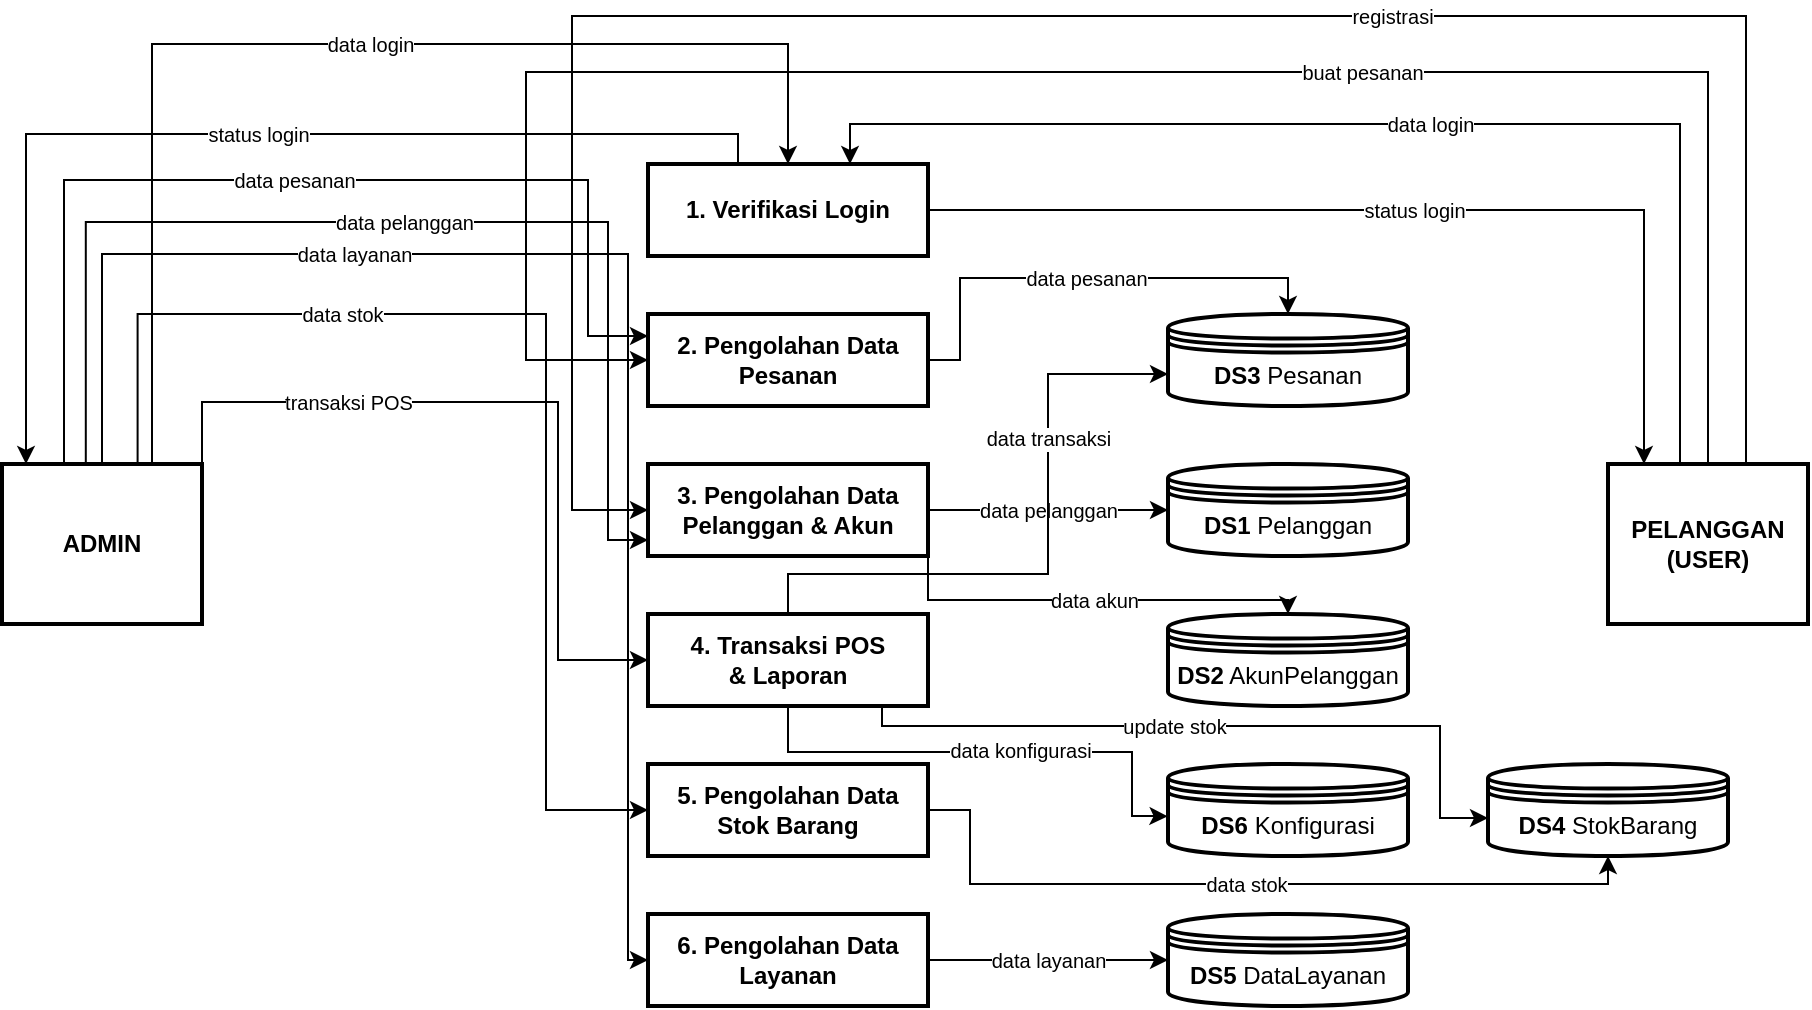
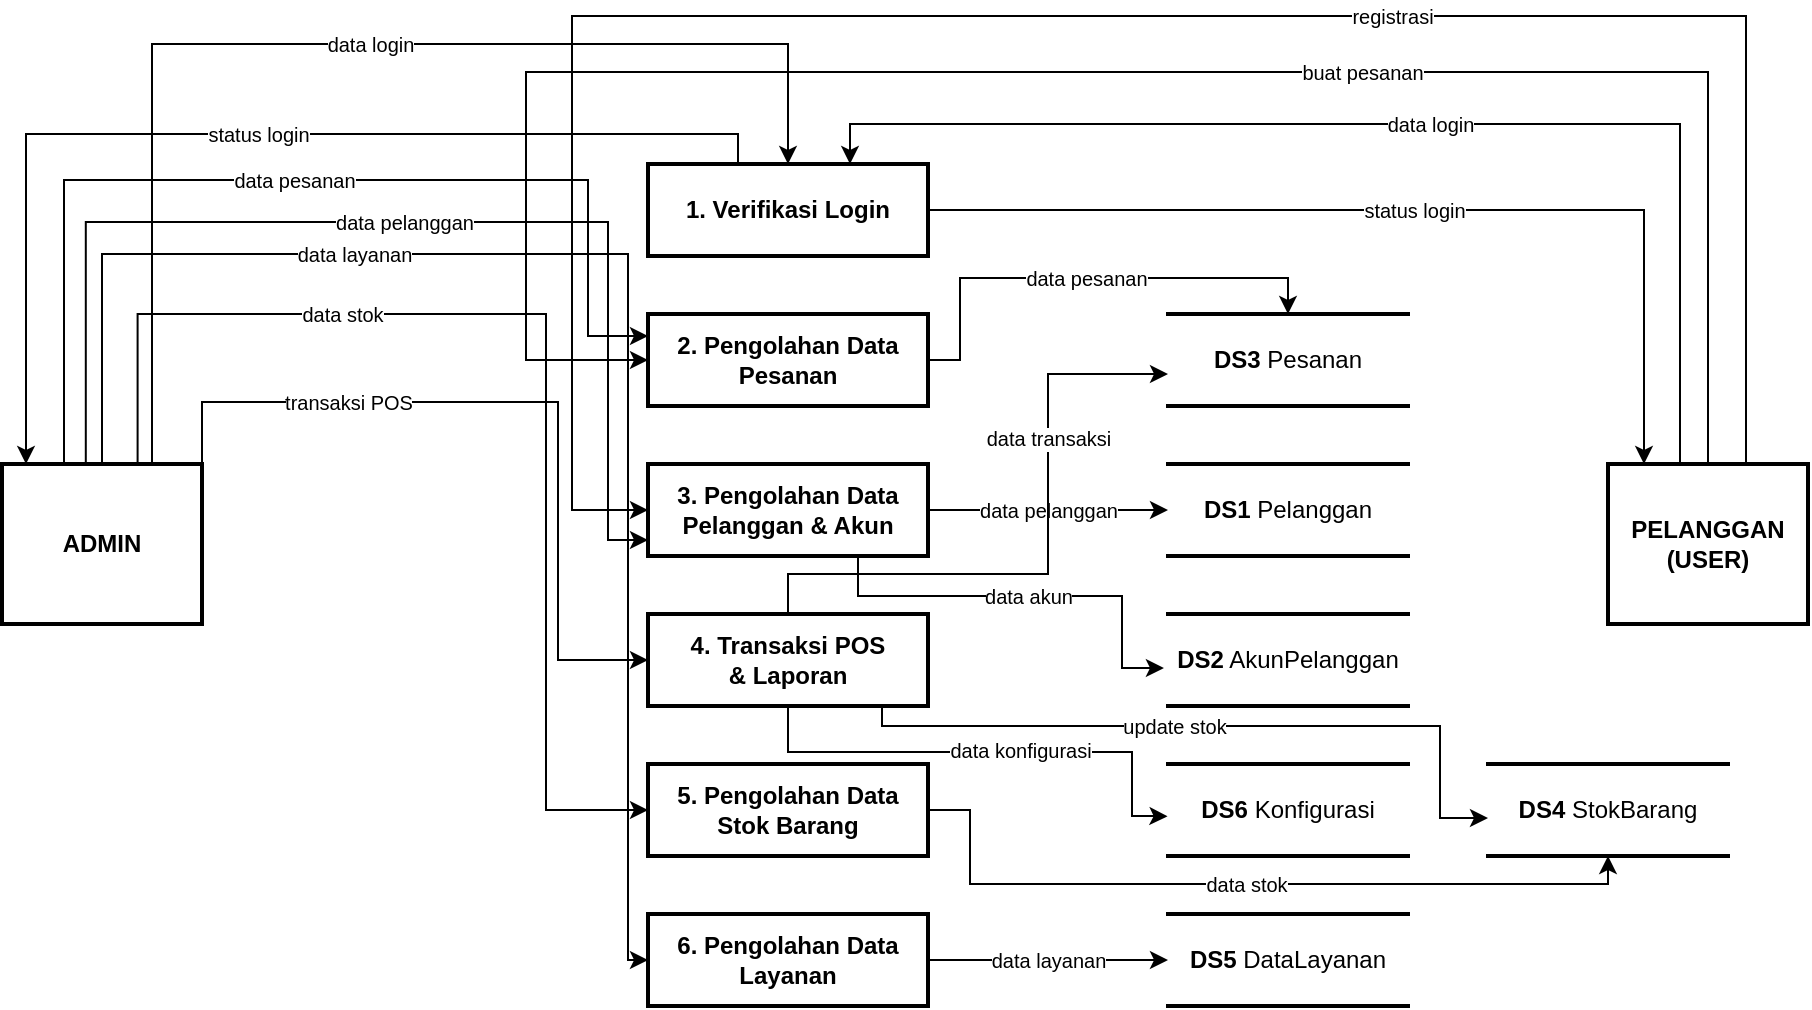
<mxfile host="app.diagrams.net">
-   <diagram name="Halaman-1" id="fM0UbCrLWW6ai1Zt90ex">
-     <mxGraphModel dx="1030" dy="1008" grid="0" gridSize="10" guides="1" tooltips="1" connect="1" arrows="1" fold="1" page="0" pageScale="1" pageWidth="1169" pageHeight="1169" math="0" shadow="0">
+   <diagram name="Halaman-1" id="fM0UbCrLWW6ai1Zt90ew">
+     <mxGraphModel>
      <root>
        <mxCell id="0" />
        <mxCell id="1" parent="0" />
        <mxCell id="2" parent="1" style="rounded=0;whiteSpace=wrap;html=1;fillColor=#FFFFFF;strokeColor=#000000;fontColor=#000000;strokeWidth=2;" value="&lt;b&gt;ADMIN&lt;/b&gt;" vertex="1">
-           <mxGeometry height="80" width="100" x="-95" y="367" as="geometry" />
+           <mxGeometry height="80" width="100" x="250" y="534" as="geometry" />
        </mxCell>
        <mxCell id="3" parent="1" style="rounded=0;whiteSpace=wrap;html=1;fillColor=#FFFFFF;strokeColor=#000000;fontColor=#000000;strokeWidth=2;" value="&lt;b&gt;1. Verifikasi Login&lt;/b&gt;" vertex="1">
-           <mxGeometry height="46" width="140" x="228" y="217" as="geometry" />
+           <mxGeometry height="46" width="140" x="573" y="384" as="geometry" />
        </mxCell>
        <mxCell id="4" parent="1" style="rounded=0;whiteSpace=wrap;html=1;fillColor=#FFFFFF;strokeColor=#000000;fontColor=#000000;strokeWidth=2;" value="&lt;b&gt;2. Pengolahan Data Pesanan&lt;/b&gt;" vertex="1">
-           <mxGeometry height="46" width="140" x="228" y="292" as="geometry" />
+           <mxGeometry height="46" width="140" x="573" y="459" as="geometry" />
        </mxCell>
        <mxCell id="5" parent="1" style="rounded=0;whiteSpace=wrap;html=1;fillColor=#FFFFFF;strokeColor=#000000;fontColor=#000000;strokeWidth=2;" value="&lt;b&gt;3. Pengolahan Data&lt;br&gt;Pelanggan &amp;amp; Akun&lt;/b&gt;" vertex="1">
-           <mxGeometry height="46" width="140" x="228" y="367" as="geometry" />
+           <mxGeometry height="46" width="140" x="573" y="534" as="geometry" />
        </mxCell>
        <mxCell id="6" parent="1" style="rounded=0;whiteSpace=wrap;html=1;fillColor=#FFFFFF;strokeColor=#000000;fontColor=#000000;strokeWidth=2;" value="&lt;b&gt;4. Transaksi POS&lt;br&gt;&amp;amp; Laporan&lt;/b&gt;" vertex="1">
-           <mxGeometry height="46" width="140" x="228" y="442" as="geometry" />
+           <mxGeometry height="46" width="140" x="573" y="609" as="geometry" />
        </mxCell>
        <mxCell id="7" parent="1" style="rounded=0;whiteSpace=wrap;html=1;fillColor=#FFFFFF;strokeColor=#000000;fontColor=#000000;strokeWidth=2;" value="&lt;b&gt;5. Pengolahan Data Stok Barang&lt;/b&gt;" vertex="1">
-           <mxGeometry height="46" width="140" x="228" y="517" as="geometry" />
+           <mxGeometry height="46" width="140" x="573" y="684" as="geometry" />
        </mxCell>
        <mxCell id="8" parent="1" style="rounded=0;whiteSpace=wrap;html=1;fillColor=#FFFFFF;strokeColor=#000000;fontColor=#000000;strokeWidth=2;" value="&lt;b&gt;6. Pengolahan Data Layanan&lt;/b&gt;" vertex="1">
-           <mxGeometry height="46" width="140" x="228" y="592" as="geometry" />
-         </mxCell>
-         <mxCell id="9" parent="1" style="shape=datastore;whiteSpace=wrap;html=1;fillColor=#FFFFFF;strokeColor=#000000;fontColor=#000000;strokeWidth=2;" value="&lt;b&gt;DS3&lt;/b&gt; Pesanan" vertex="1">
-           <mxGeometry height="46" width="120" x="488" y="292" as="geometry" />
-         </mxCell>
-         <mxCell id="10" parent="1" style="shape=datastore;whiteSpace=wrap;html=1;fillColor=#FFFFFF;strokeColor=#000000;fontColor=#000000;strokeWidth=2;" value="&lt;b&gt;DS1&lt;/b&gt; Pelanggan" vertex="1">
-           <mxGeometry height="46" width="120" x="488" y="367" as="geometry" />
-         </mxCell>
-         <mxCell id="11" parent="1" style="shape=datastore;whiteSpace=wrap;html=1;fillColor=#FFFFFF;strokeColor=#000000;fontColor=#000000;strokeWidth=2;" value="&lt;b&gt;DS2&lt;/b&gt; AkunPelanggan" vertex="1">
-           <mxGeometry height="46" width="120" x="488" y="442" as="geometry" />
-         </mxCell>
-         <mxCell id="12" parent="1" style="shape=datastore;whiteSpace=wrap;html=1;fillColor=#FFFFFF;strokeColor=#000000;fontColor=#000000;strokeWidth=2;" value="&lt;b&gt;DS6&lt;/b&gt; Konfigurasi" vertex="1">
-           <mxGeometry height="46" width="120" x="488" y="517" as="geometry" />
-         </mxCell>
-         <mxCell id="13" parent="1" style="shape=datastore;whiteSpace=wrap;html=1;fillColor=#FFFFFF;strokeColor=#000000;fontColor=#000000;strokeWidth=2;" value="&lt;b&gt;DS5&lt;/b&gt; DataLayanan" vertex="1">
-           <mxGeometry height="46" width="120" x="488" y="592" as="geometry" />
-         </mxCell>
-         <mxCell id="14" parent="1" style="shape=datastore;whiteSpace=wrap;html=1;fillColor=#FFFFFF;strokeColor=#000000;fontColor=#000000;strokeWidth=2;" value="&lt;b&gt;DS4&lt;/b&gt; StokBarang" vertex="1">
-           <mxGeometry height="46" width="120" x="648" y="517" as="geometry" />
+           <mxGeometry height="46" width="140" x="573" y="759" as="geometry" />
+         </mxCell>
+         <mxCell id="9" parent="1" style="shape=partialRectangle;right=0;left=0;whiteSpace=wrap;html=1;fillColor=#FFFFFF;strokeColor=#000000;fontColor=#000000;strokeWidth=2;" value="&lt;b&gt;DS3&lt;/b&gt; Pesanan" vertex="1">
+           <mxGeometry height="46" width="120" x="833" y="459" as="geometry" />
+         </mxCell>
+         <mxCell id="10" parent="1" style="shape=partialRectangle;right=0;left=0;whiteSpace=wrap;html=1;fillColor=#FFFFFF;strokeColor=#000000;fontColor=#000000;strokeWidth=2;" value="&lt;b&gt;DS1&lt;/b&gt; Pelanggan" vertex="1">
+           <mxGeometry height="46" width="120" x="833" y="534" as="geometry" />
+         </mxCell>
+         <mxCell id="11" parent="1" style="shape=partialRectangle;right=0;left=0;whiteSpace=wrap;html=1;fillColor=#FFFFFF;strokeColor=#000000;fontColor=#000000;strokeWidth=2;" value="&lt;b&gt;DS2&lt;/b&gt; AkunPelanggan" vertex="1">
+           <mxGeometry height="46" width="120" x="833" y="609" as="geometry" />
+         </mxCell>
+         <mxCell id="12" parent="1" style="shape=partialRectangle;right=0;left=0;whiteSpace=wrap;html=1;fillColor=#FFFFFF;strokeColor=#000000;fontColor=#000000;strokeWidth=2;" value="&lt;b&gt;DS6&lt;/b&gt; Konfigurasi" vertex="1">
+           <mxGeometry height="46" width="120" x="833" y="684" as="geometry" />
+         </mxCell>
+         <mxCell id="13" parent="1" style="shape=partialRectangle;right=0;left=0;whiteSpace=wrap;html=1;fillColor=#FFFFFF;strokeColor=#000000;fontColor=#000000;strokeWidth=2;" value="&lt;b&gt;DS5&lt;/b&gt; DataLayanan" vertex="1">
+           <mxGeometry height="46" width="120" x="833" y="759" as="geometry" />
+         </mxCell>
+         <mxCell id="14" parent="1" style="shape=partialRectangle;right=0;left=0;whiteSpace=wrap;html=1;fillColor=#FFFFFF;strokeColor=#000000;fontColor=#000000;strokeWidth=2;" value="&lt;b&gt;DS4&lt;/b&gt; StokBarang" vertex="1">
+           <mxGeometry height="46" width="120" x="993" y="684" as="geometry" />
        </mxCell>
        <mxCell id="15" parent="1" style="rounded=0;whiteSpace=wrap;html=1;fillColor=#FFFFFF;strokeColor=#000000;fontColor=#000000;strokeWidth=2;" value="&lt;b&gt;PELANGGAN&lt;br&gt;(USER)&lt;/b&gt;" vertex="1">
-           <mxGeometry height="80" width="100" x="708" y="367" as="geometry" />
+           <mxGeometry height="80" width="100" x="1053" y="534" as="geometry" />
        </mxCell>
        <mxCell id="16" edge="1" parent="1" source="2" style="html=1;fontColor=#000000;strokeColor=#000000;fontSize=10;exitX=0.75;exitY=0;edgeStyle=orthogonalEdgeStyle;curved=0;exitDx=0;exitDy=0;rounded=0;" target="3" value="data login">
          <mxGeometry relative="1" x="0.0858" as="geometry">
            <mxPoint as="offset" />
            <Array as="points">
-               <mxPoint x="-20" y="157" />
-               <mxPoint x="298" y="157" />
+               <mxPoint x="325" y="324" />
+               <mxPoint x="643" y="324" />
            </Array>
          </mxGeometry>
        </mxCell>
        <mxCell id="17" edge="1" parent="1" style="html=1;fontColor=#000000;strokeColor=#000000;fontSize=10;edgeStyle=orthogonalEdgeStyle;curved=0;rounded=0;" target="4" value="data pesanan">
          <mxGeometry relative="1" as="geometry">
            <Array as="points">
-               <mxPoint x="-64" y="225" />
-               <mxPoint x="198" y="225" />
-               <mxPoint x="198" y="303" />
-             </Array>
-             <mxPoint x="-64" y="366" as="sourcePoint" />
+               <mxPoint x="281" y="392" />
+               <mxPoint x="543" y="392" />
+               <mxPoint x="543" y="470" />
+             </Array>
+             <mxPoint x="281" y="533" as="sourcePoint" />
          </mxGeometry>
        </mxCell>
        <mxCell id="18" edge="1" parent="1" source="2" style="html=1;fontColor=#000000;strokeColor=#000000;fontSize=10;exitX=0.419;exitY=0.001;edgeStyle=orthogonalEdgeStyle;curved=0;exitDx=0;exitDy=0;rounded=0;exitPerimeter=0;" target="5" value="data pelanggan">
          <mxGeometry relative="1" as="geometry">
            <Array as="points">
-               <mxPoint x="-53" y="246" />
-               <mxPoint x="208" y="246" />
-               <mxPoint x="208" y="405" />
+               <mxPoint x="292" y="413" />
+               <mxPoint x="553" y="413" />
+               <mxPoint x="553" y="572" />
            </Array>
          </mxGeometry>
        </mxCell>
        <mxCell id="19" edge="1" parent="1" source="2" style="html=1;fontColor=#000000;strokeColor=#000000;fontSize=10;exitX=1;exitY=1;edgeStyle=orthogonalEdgeStyle;curved=0;exitDx=0;exitDy=0;rounded=0;" target="6" value="transaksi POS">
          <mxGeometry relative="1" x="-0.2052" as="geometry">
            <mxPoint as="offset" />
            <Array as="points">
-               <mxPoint x="5" y="336" />
-               <mxPoint x="183" y="336" />
-               <mxPoint x="183" y="465" />
+               <mxPoint x="350" y="503" />
+               <mxPoint x="528" y="503" />
+               <mxPoint x="528" y="632" />
            </Array>
          </mxGeometry>
        </mxCell>
        <mxCell id="20" edge="1" parent="1" source="2" style="html=1;fontColor=#000000;strokeColor=#000000;fontSize=10;exitX=0.678;exitY=-0.001;edgeStyle=orthogonalEdgeStyle;curved=0;exitDx=0;exitDy=0;rounded=0;exitPerimeter=0;" target="7" value="data stok">
          <mxGeometry relative="1" x="-0.3874" as="geometry">
            <mxPoint as="offset" />
            <Array as="points">
-               <mxPoint x="-27" y="292" />
-               <mxPoint x="177" y="292" />
-               <mxPoint x="177" y="540" />
+               <mxPoint x="318" y="459" />
+               <mxPoint x="522" y="459" />
+               <mxPoint x="522" y="707" />
            </Array>
          </mxGeometry>
        </mxCell>
        <mxCell id="21" edge="1" parent="1" source="2" style="html=1;fontColor=#000000;strokeColor=#000000;fontSize=10;exitX=0.5;exitY=0;edgeStyle=orthogonalEdgeStyle;curved=0;exitDx=0;exitDy=0;rounded=0;" target="8" value="data layanan">
          <mxGeometry relative="1" x="-0.3695" as="geometry">
            <mxPoint as="offset" />
            <Array as="points">
-               <mxPoint x="-45" y="262" />
-               <mxPoint x="218" y="262" />
-               <mxPoint x="218" y="615" />
+               <mxPoint x="300" y="429" />
+               <mxPoint x="563" y="429" />
+               <mxPoint x="563" y="782" />
            </Array>
          </mxGeometry>
        </mxCell>
        <mxCell id="22" edge="1" parent="1" source="3" style="html=1;fontColor=#000000;strokeColor=#000000;fontSize=10;exitX=0.5;exitY=0;edgeStyle=orthogonalEdgeStyle;curved=0;exitDx=0;exitDy=0;rounded=0;" target="2" value="status login">
          <mxGeometry relative="1" as="geometry">
            <Array as="points">
-               <mxPoint x="273" y="217" />
-               <mxPoint x="273" y="202" />
-               <mxPoint x="-83" y="202" />
+               <mxPoint x="618" y="384" />
+               <mxPoint x="618" y="369" />
+               <mxPoint x="262" y="369" />
            </Array>
          </mxGeometry>
        </mxCell>
        <mxCell id="23" edge="1" parent="1" style="html=1;fontColor=#000000;strokeColor=#000000;fontSize=10;edgeStyle=orthogonalEdgeStyle;curved=0;rounded=0;" target="3" value="data login">
          <mxGeometry relative="1" as="geometry">
            <Array as="points">
-               <mxPoint x="744" y="367" />
-               <mxPoint x="744" y="197" />
-               <mxPoint x="329" y="197" />
-             </Array>
-             <mxPoint x="758" y="367" as="sourcePoint" />
+               <mxPoint x="1089" y="534" />
+               <mxPoint x="1089" y="364" />
+               <mxPoint x="674" y="364" />
+             </Array>
+             <mxPoint x="1103" y="534" as="sourcePoint" />
          </mxGeometry>
        </mxCell>
        <mxCell id="24" edge="1" parent="1" style="html=1;fontColor=#000000;strokeColor=#000000;fontSize=10;edgeStyle=orthogonalEdgeStyle;curved=0;rounded=0;" target="4" value="buat pesanan">
          <mxGeometry relative="1" x="-0.2547" as="geometry">
            <mxPoint as="offset" />
            <Array as="points">
-               <mxPoint x="758" y="171" />
-               <mxPoint x="167" y="171" />
-               <mxPoint x="167" y="315" />
-             </Array>
-             <mxPoint x="758" y="367" as="sourcePoint" />
+               <mxPoint x="1103" y="338" />
+               <mxPoint x="512" y="338" />
+               <mxPoint x="512" y="482" />
+             </Array>
+             <mxPoint x="1103" y="534" as="sourcePoint" />
          </mxGeometry>
        </mxCell>
        <mxCell id="25" edge="1" parent="1" style="html=1;fontColor=#000000;strokeColor=#000000;fontSize=10;edgeStyle=orthogonalEdgeStyle;curved=0;rounded=0;" target="5" value="registrasi">
          <mxGeometry relative="1" x="-0.2462" as="geometry">
            <mxPoint as="offset" />
            <Array as="points">
-               <mxPoint x="777" y="367" />
-               <mxPoint x="777" y="143" />
-               <mxPoint x="190" y="143" />
-               <mxPoint x="190" y="390" />
-             </Array>
-             <mxPoint x="758" y="367" as="sourcePoint" />
+               <mxPoint x="1122" y="534" />
+               <mxPoint x="1122" y="310" />
+               <mxPoint x="535" y="310" />
+               <mxPoint x="535" y="557" />
+             </Array>
+             <mxPoint x="1103" y="534" as="sourcePoint" />
          </mxGeometry>
        </mxCell>
        <mxCell id="26" edge="1" parent="1" source="3" style="html=1;fontColor=#000000;strokeColor=#000000;fontSize=10;exitX=1;exitY=0.5;edgeStyle=orthogonalEdgeStyle;curved=0;exitDx=0;exitDy=0;rounded=0;" target="15" value="status login">
          <mxGeometry relative="1" as="geometry">
            <Array as="points">
-               <mxPoint x="726" y="240" />
+               <mxPoint x="1071" y="407" />
            </Array>
          </mxGeometry>
        </mxCell>
        <mxCell id="27" edge="1" parent="1" source="4" style="html=1;fontColor=#000000;strokeColor=#000000;fontSize=10;exitX=1;exitY=0.5;edgeStyle=orthogonalEdgeStyle;curved=0;exitDx=0;exitDy=0;rounded=0;" target="9" value="data pesanan">
          <mxGeometry relative="1" as="geometry">
            <Array as="points">
-               <mxPoint x="384" y="315" />
-               <mxPoint x="384" y="274" />
-               <mxPoint x="548" y="274" />
+               <mxPoint x="729" y="482" />
+               <mxPoint x="729" y="441" />
+               <mxPoint x="893" y="441" />
            </Array>
          </mxGeometry>
        </mxCell>
        <mxCell id="28" edge="1" parent="1" source="5" style="html=1;fontColor=#000000;strokeColor=#000000;fontSize=10;exitX=1;exitY=0.5;edgeStyle=orthogonalEdgeStyle;curved=0;exitDx=0;exitDy=0;rounded=0;" target="10" value="data pelanggan">
          <mxGeometry relative="1" as="geometry" />
        </mxCell>
-         <mxCell id="29" edge="1" parent="1" source="5" style="html=1;fontColor=#000000;strokeColor=#000000;fontSize=10;exitX=1;exitY=1;edgeStyle=orthogonalEdgeStyle;curved=0;exitDx=0;exitDy=0;rounded=0;" target="11" value="data akun">
-           <mxGeometry relative="1" as="geometry">
-             <Array as="points">
-               <mxPoint x="368" y="435" />
-               <mxPoint x="548" y="435" />
-             </Array>
+         <mxCell id="29" edge="1" parent="1" source="5" style="html=1;fontColor=#000000;strokeColor=#000000;fontSize=10;exitX=0.75;exitY=1;edgeStyle=orthogonalEdgeStyle;curved=0;exitDx=0;exitDy=0;rounded=0;entryX=-0.017;entryY=0.587;entryDx=0;entryDy=0;entryPerimeter=0;" target="11" value="data akun">
+           <mxGeometry relative="1" as="geometry">
+             <Array as="points">
+               <mxPoint x="678" y="600" />
+               <mxPoint x="810" y="600" />
+               <mxPoint x="810" y="636" />
+             </Array>
+             <mxPoint x="810" y="640" as="targetPoint" />
          </mxGeometry>
        </mxCell>
        <mxCell id="30" edge="1" parent="1" source="6" style="html=1;fontColor=#000000;strokeColor=#000000;fontSize=10;exitX=0.5;exitY=0;edgeStyle=orthogonalEdgeStyle;curved=0;exitDx=0;exitDy=0;rounded=0;" target="9" value="data transaksi">
          <mxGeometry relative="1" x="0.4066" as="geometry">
            <mxPoint as="offset" />
            <Array as="points">
-               <mxPoint x="298" y="422" />
-               <mxPoint x="428" y="422" />
-               <mxPoint x="428" y="322" />
+               <mxPoint x="643" y="589" />
+               <mxPoint x="773" y="589" />
+               <mxPoint x="773" y="489" />
            </Array>
          </mxGeometry>
        </mxCell>
        <mxCell id="31" edge="1" parent="1" source="6" style="html=1;fontColor=#000000;strokeColor=#000000;fontSize=10;exitX=0.5;exitY=1;edgeStyle=orthogonalEdgeStyle;curved=0;exitDx=0;exitDy=0;rounded=0;entryX=-0.002;entryY=0.569;entryDx=0;entryDy=0;entryPerimeter=0;" target="12" value="data konfigurasi">
          <mxGeometry relative="1" x="0.136" y="1" as="geometry">
            <mxPoint as="offset" />
            <Array as="points">
-               <mxPoint x="298" y="511" />
-               <mxPoint x="470" y="511" />
-               <mxPoint x="470" y="543" />
-               <mxPoint x="479" y="543" />
-             </Array>
-             <mxPoint x="479" y="516" as="targetPoint" />
+               <mxPoint x="643" y="678" />
+               <mxPoint x="815" y="678" />
+               <mxPoint x="815" y="710" />
+               <mxPoint x="824" y="710" />
+             </Array>
+             <mxPoint x="824" y="683" as="targetPoint" />
          </mxGeometry>
        </mxCell>
        <mxCell id="32" edge="1" parent="1" source="6" style="html=1;fontColor=#000000;strokeColor=#000000;fontSize=10;exitX=0.5;exitY=1;edgeStyle=orthogonalEdgeStyle;curved=0;exitDx=0;exitDy=0;rounded=0;" target="14" value="update stok">
          <mxGeometry relative="1" as="geometry">
            <Array as="points">
-               <mxPoint x="345" y="488" />
-               <mxPoint x="345" y="498" />
-               <mxPoint x="624" y="498" />
-               <mxPoint x="624" y="544" />
-             </Array>
-             <mxPoint x="643" y="531" as="targetPoint" />
+               <mxPoint x="690" y="655" />
+               <mxPoint x="690" y="665" />
+               <mxPoint x="969" y="665" />
+               <mxPoint x="969" y="711" />
+             </Array>
+             <mxPoint x="988" y="698" as="targetPoint" />
          </mxGeometry>
        </mxCell>
        <mxCell id="33" edge="1" parent="1" source="7" style="html=1;fontColor=#000000;strokeColor=#000000;fontSize=10;exitX=1;exitY=0.5;edgeStyle=orthogonalEdgeStyle;curved=0;exitDx=0;exitDy=0;rounded=0;" target="14" value="data stok">
          <mxGeometry relative="1" as="geometry">
            <Array as="points">
-               <mxPoint x="389" y="540" />
-               <mxPoint x="389" y="577" />
-               <mxPoint x="708" y="577" />
+               <mxPoint x="734" y="707" />
+               <mxPoint x="734" y="744" />
+               <mxPoint x="1053" y="744" />
            </Array>
          </mxGeometry>
        </mxCell>
        <mxCell id="34" edge="1" parent="1" source="8" style="html=1;fontColor=#000000;strokeColor=#000000;fontSize=10;exitX=1;exitY=0.5;edgeStyle=orthogonalEdgeStyle;curved=0;exitDx=0;exitDy=0;rounded=0;" target="13" value="data layanan">
          <mxGeometry relative="1" as="geometry" />
        </mxCell>
      </root>
    </mxGraphModel>
  </diagram>
- </mxfile>
+ </mxfile>